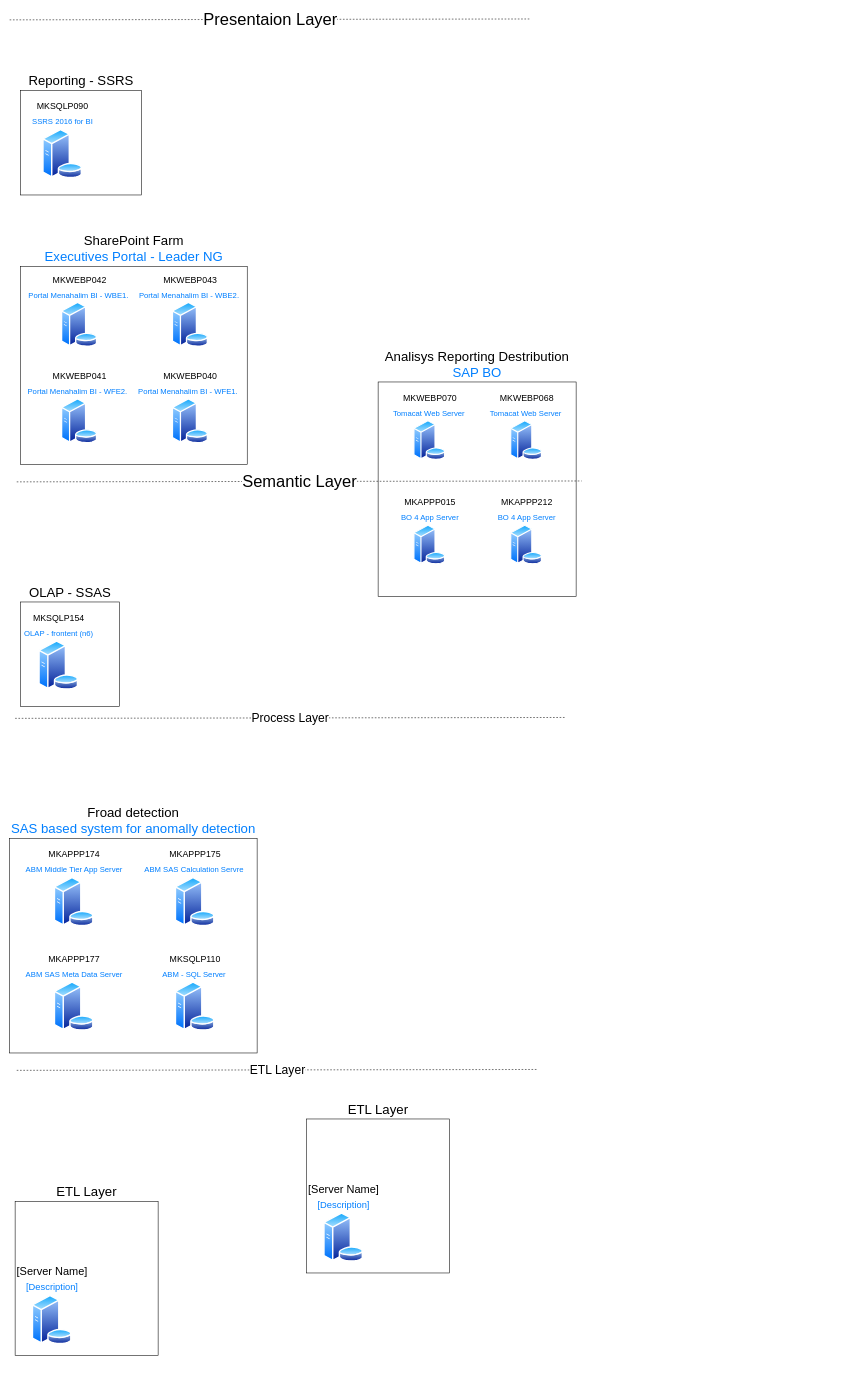
Earlier version of the draw.io diagram BI_Architecture.drawio (itaybaran/drawing). Source tidied: cells renumbered, new cells numbered last; positions are measured from the earlier drawing's top-left corner, leaving out a move shared by most shapes. Both pictures are drawn from the tidied source at 55%, with x=0, y=0 at pixel (9, 19).
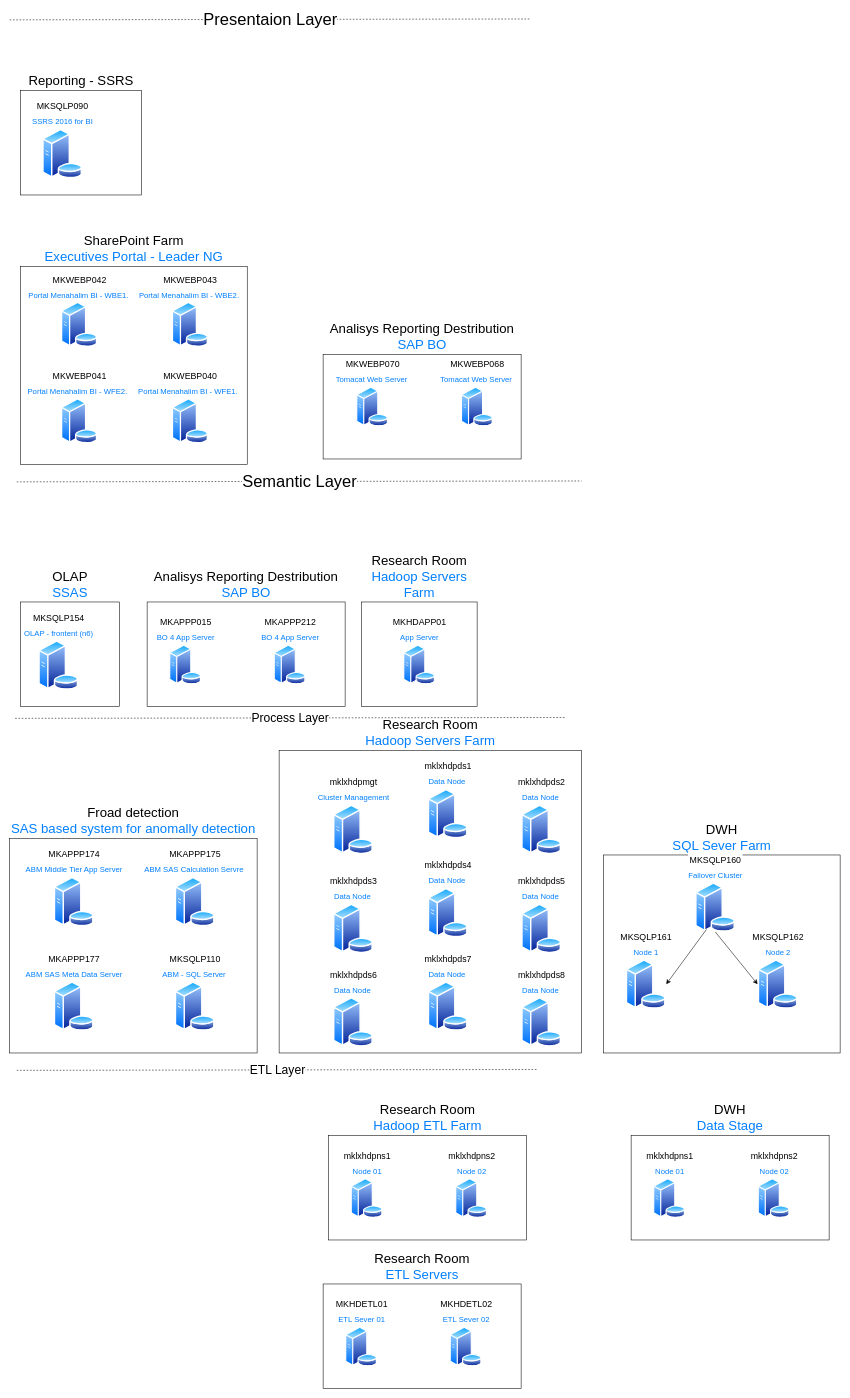
After the change.

The change refers to these unchanged cells:
```xml
<mxCell id="28" style="group;" parent="1" vertex="1">
  <mxGeometry x="20" y="1060" width="180" height="190" as="geometry" />
</mxCell>
```

Change to the diagram source:
```diff
@@
-    <mxCell id="2" value="&lt;font style=&quot;font-size: 24px&quot;&gt;ETL Layer&lt;/font&gt;" style="rounded=0;whiteSpace=wrap;html=1;labelPosition=center;verticalLabelPosition=top;align=center;verticalAlign=bottom;" parent="1" vertex="1">
-      <mxGeometry x="540" y="2000" width="260" height="280" as="geometry" />
-    </mxCell>
-    <mxCell id="3" value="&lt;font style=&quot;font-size: 20px&quot;&gt;[Server Name]&lt;/font&gt;&lt;br style=&quot;font-size: 18px&quot;&gt;&lt;font color=&quot;#007fff&quot; style=&quot;font-size: 17px&quot;&gt;[Description]&lt;/font&gt;" style="perimeter=ellipsePerimeter;html=1;align=center;shadow=0;dashed=0;spacingTop=3;image;image=img/lib/active_directory/database_server.svg;labelPosition=center;verticalLabelPosition=top;verticalAlign=bottom;fontSize=22;" parent="1" vertex="1">
-      <mxGeometry x="570" y="2170" width="73.8" height="90" as="geometry" />
-    </mxCell>
@@
-    <mxCell id="6" value="&lt;font style=&quot;font-size: 24px&quot;&gt;ETL Layer&lt;/font&gt;" style="rounded=0;whiteSpace=wrap;html=1;labelPosition=center;verticalLabelPosition=top;align=center;verticalAlign=bottom;" parent="1" vertex="1">
-      <mxGeometry x="10" y="2150" width="260" height="280" as="geometry" />
-    </mxCell>
-    <mxCell id="7" value="&lt;font style=&quot;font-size: 20px&quot;&gt;[Server Name]&lt;/font&gt;&lt;br style=&quot;font-size: 18px&quot;&gt;&lt;font color=&quot;#007fff&quot; style=&quot;font-size: 17px&quot;&gt;[Description]&lt;/font&gt;" style="perimeter=ellipsePerimeter;html=1;align=center;shadow=0;dashed=0;spacingTop=3;image;image=img/lib/active_directory/database_server.svg;labelPosition=center;verticalLabelPosition=top;verticalAlign=bottom;fontSize=22;" parent="1" vertex="1">
-      <mxGeometry x="40" y="2320" width="73.8" height="90" as="geometry" />
-    </mxCell>
@@
     <mxCell id="21" style="group;" parent="1" vertex="1">
-      <mxGeometry x="670" y="660" width="360" height="390" as="geometry" />
+      <mxGeometry x="250" y="1060" width="360" height="190" as="geometry" />
     </mxCell>
     <mxCell id="22" value="&lt;font style=&quot;font-size: 24px&quot;&gt;Analisys Reporting Destribution&lt;br&gt;&lt;font color=&quot;#007fff&quot;&gt;SAP BO&lt;/font&gt;&lt;br&gt;&lt;/font&gt;" style="rounded=0;whiteSpace=wrap;html=1;labelPosition=center;verticalLabelPosition=top;align=center;verticalAlign=bottom;" parent="21" vertex="1">
-      <mxGeometry width="360" height="390" as="geometry" />
+      <mxGeometry width="360" height="190" as="geometry" />
     </mxCell>
     <mxCell id="23" value="&lt;font style=&quot;font-size: 16px&quot;&gt;MKAPPP015&lt;/font&gt;&lt;br style=&quot;font-size: 18px&quot;&gt;&lt;font color=&quot;#007fff&quot;&gt;&lt;span style=&quot;font-size: 14px&quot;&gt;BO 4 App Server&lt;/span&gt;&lt;/font&gt;" style="perimeter=ellipsePerimeter;html=1;align=center;shadow=0;dashed=0;spacingTop=3;image;image=img/lib/active_directory/database_server.svg;labelPosition=center;verticalLabelPosition=top;verticalAlign=bottom;fontSize=22;" parent="21" vertex="1">
-      <mxGeometry x="64" y="260" width="59" height="72" as="geometry" />
+      <mxGeometry x="40" y="78.1" width="59" height="72" as="geometry" />
     </mxCell>
-    <mxCell id="24" value="&lt;font style=&quot;font-size: 16px&quot;&gt;MKWEBP070&lt;/font&gt;&lt;br style=&quot;font-size: 18px&quot;&gt;&lt;font color=&quot;#007fff&quot;&gt;&lt;span style=&quot;font-size: 14px&quot;&gt;Tomacat Web Server&amp;nbsp;&lt;/span&gt;&lt;/font&gt;" style="perimeter=ellipsePerimeter;html=1;align=center;shadow=0;dashed=0;spacingTop=3;image;image=img/lib/active_directory/database_server.svg;labelPosition=center;verticalLabelPosition=top;verticalAlign=bottom;fontSize=22;" parent="21" vertex="1">
-      <mxGeometry x="64" y="70" width="59" height="72" as="geometry" />
-    </mxCell>
-    <mxCell id="25" value="&lt;font style=&quot;font-size: 16px&quot;&gt;MKWEBP068&lt;/font&gt;&lt;br style=&quot;font-size: 18px&quot;&gt;&lt;font color=&quot;#007fff&quot;&gt;&lt;span style=&quot;font-size: 14px&quot;&gt;Tomacat Web Server&amp;nbsp;&lt;/span&gt;&lt;/font&gt;" style="perimeter=ellipsePerimeter;html=1;align=center;shadow=0;dashed=0;spacingTop=3;image;image=img/lib/active_directory/database_server.svg;labelPosition=center;verticalLabelPosition=top;verticalAlign=bottom;fontSize=22;" parent="21" vertex="1">
-      <mxGeometry x="240" y="70" width="59" height="72" as="geometry" />
-    </mxCell>
     <mxCell id="26" value="&lt;font style=&quot;font-size: 16px&quot;&gt;MKAPPP212&lt;/font&gt;&lt;br style=&quot;font-size: 18px&quot;&gt;&lt;font color=&quot;#007fff&quot;&gt;&lt;span style=&quot;font-size: 14px&quot;&gt;BO 4 App Server&lt;/span&gt;&lt;/font&gt;" style="perimeter=ellipsePerimeter;html=1;align=center;shadow=0;dashed=0;spacingTop=3;image;image=img/lib/active_directory/database_server.svg;labelPosition=center;verticalLabelPosition=top;verticalAlign=bottom;fontSize=22;" parent="21" vertex="1">
-      <mxGeometry x="240" y="260" width="59" height="72" as="geometry" />
+      <mxGeometry x="230" y="78.1" width="59" height="72" as="geometry" />
     </mxCell>
@@
-    <mxCell id="29" value="&lt;font style=&quot;font-size: 24px&quot;&gt;OLAP - SSAS&lt;/font&gt;" style="rounded=0;whiteSpace=wrap;html=1;labelPosition=center;verticalLabelPosition=top;align=center;verticalAlign=bottom;" parent="28" vertex="1">
+    <mxCell id="29" value="&lt;span style=&quot;font-size: 24px&quot;&gt;OLAP&lt;/span&gt;&lt;br style=&quot;font-size: 24px&quot;&gt;&lt;font color=&quot;#007fff&quot; style=&quot;font-size: 24px&quot;&gt;SSAS&lt;/font&gt;" style="rounded=0;whiteSpace=wrap;html=1;labelPosition=center;verticalLabelPosition=top;align=center;verticalAlign=bottom;" parent="28" vertex="1">
       <mxGeometry width="180" height="190" as="geometry" />
     </mxCell>
@@
+    <mxCell id="34" style="group;" parent="1" vertex="1">
+      <mxGeometry x="570" y="610" width="360" height="190" as="geometry" />
+    </mxCell>
+    <mxCell id="35" value="&lt;font style=&quot;font-size: 24px&quot;&gt;Analisys Reporting Destribution&lt;br&gt;&lt;font color=&quot;#007fff&quot;&gt;SAP BO&lt;/font&gt;&lt;br&gt;&lt;/font&gt;" style="rounded=0;whiteSpace=wrap;html=1;labelPosition=center;verticalLabelPosition=top;align=center;verticalAlign=bottom;" parent="34" vertex="1">
+      <mxGeometry width="360" height="190" as="geometry" />
+    </mxCell>
+    <mxCell id="24" value="&lt;font style=&quot;font-size: 16px&quot;&gt;MKWEBP070&lt;/font&gt;&lt;br style=&quot;font-size: 18px&quot;&gt;&lt;font color=&quot;#007fff&quot;&gt;&lt;span style=&quot;font-size: 14px&quot;&gt;Tomacat Web Server&amp;nbsp;&lt;/span&gt;&lt;/font&gt;" style="perimeter=ellipsePerimeter;html=1;align=center;shadow=0;dashed=0;spacingTop=3;image;image=img/lib/active_directory/database_server.svg;labelPosition=center;verticalLabelPosition=top;verticalAlign=bottom;fontSize=22;" parent="35" vertex="1">
+      <mxGeometry x="60" y="59" width="59" height="72" as="geometry" />
+    </mxCell>
+    <mxCell id="25" value="&lt;font style=&quot;font-size: 16px&quot;&gt;MKWEBP068&lt;/font&gt;&lt;br style=&quot;font-size: 18px&quot;&gt;&lt;font color=&quot;#007fff&quot;&gt;&lt;span style=&quot;font-size: 14px&quot;&gt;Tomacat Web Server&amp;nbsp;&lt;/span&gt;&lt;/font&gt;" style="perimeter=ellipsePerimeter;html=1;align=center;shadow=0;dashed=0;spacingTop=3;image;image=img/lib/active_directory/database_server.svg;labelPosition=center;verticalLabelPosition=top;verticalAlign=bottom;fontSize=22;" parent="35" vertex="1">
+      <mxGeometry x="250.5" y="59" width="59" height="72" as="geometry" />
+    </mxCell>
+    <mxCell id="36" style="group;" parent="1" vertex="1">
+      <mxGeometry x="490" y="1330" width="550" height="550" as="geometry" />
+    </mxCell>
+    <mxCell id="37" value="&lt;font style=&quot;font-size: 24px&quot;&gt;Research Room&lt;br&gt;&lt;font color=&quot;#007fff&quot;&gt;Hadoop Servers Farm&lt;/font&gt;&lt;br&gt;&lt;/font&gt;" style="rounded=0;whiteSpace=wrap;html=1;labelPosition=center;verticalLabelPosition=top;align=center;verticalAlign=bottom;" parent="36" vertex="1">
+      <mxGeometry width="550" height="550" as="geometry" />
+    </mxCell>
+    <mxCell id="38" value="&lt;font style=&quot;font-size: 16px&quot;&gt;mklxhdpmgt&lt;/font&gt;&lt;br style=&quot;font-size: 18px&quot;&gt;&lt;font color=&quot;#007fff&quot;&gt;&lt;span style=&quot;font-size: 14px&quot;&gt;Cluster Management&lt;/span&gt;&lt;/font&gt;" style="perimeter=ellipsePerimeter;html=1;align=center;shadow=0;dashed=0;spacingTop=3;image;image=img/lib/active_directory/database_server.svg;labelPosition=center;verticalLabelPosition=top;verticalAlign=bottom;fontSize=22;" parent="36" vertex="1">
+      <mxGeometry x="97.8" y="98.7" width="73.8" height="90" as="geometry" />
+    </mxCell>
+    <mxCell id="39" value="&lt;font style=&quot;font-size: 16px&quot;&gt;mklxhdpds1&lt;/font&gt;&lt;br style=&quot;font-size: 18px&quot;&gt;&lt;font color=&quot;#007fff&quot;&gt;&lt;span style=&quot;font-size: 14px&quot;&gt;Data Node&amp;nbsp;&lt;/span&gt;&lt;/font&gt;" style="perimeter=ellipsePerimeter;html=1;align=center;shadow=0;dashed=0;spacingTop=3;image;image=img/lib/active_directory/database_server.svg;labelPosition=center;verticalLabelPosition=top;verticalAlign=bottom;fontSize=22;" parent="36" vertex="1">
+      <mxGeometry x="270" y="70" width="73.8" height="90" as="geometry" />
+    </mxCell>
+    <mxCell id="40" value="&lt;font style=&quot;font-size: 16px&quot;&gt;mklxhdpds2&lt;/font&gt;&lt;br style=&quot;font-size: 18px&quot;&gt;&lt;font color=&quot;#007fff&quot;&gt;&lt;span style=&quot;font-size: 14px&quot;&gt;Data Node&amp;nbsp;&lt;/span&gt;&lt;/font&gt;" style="perimeter=ellipsePerimeter;html=1;align=center;shadow=0;dashed=0;spacingTop=3;image;image=img/lib/active_directory/database_server.svg;labelPosition=center;verticalLabelPosition=top;verticalAlign=bottom;fontSize=22;" parent="36" vertex="1">
+      <mxGeometry x="440" y="98.7" width="73.8" height="90" as="geometry" />
+    </mxCell>
+    <mxCell id="41" value="&lt;font style=&quot;font-size: 16px&quot;&gt;mklxhdpds3&lt;/font&gt;&lt;br style=&quot;font-size: 18px&quot;&gt;&lt;font color=&quot;#007fff&quot;&gt;&lt;span style=&quot;font-size: 14px&quot;&gt;Data Node&amp;nbsp;&lt;/span&gt;&lt;/font&gt;" style="perimeter=ellipsePerimeter;html=1;align=center;shadow=0;dashed=0;spacingTop=3;image;image=img/lib/active_directory/database_server.svg;labelPosition=center;verticalLabelPosition=top;verticalAlign=bottom;fontSize=22;" parent="36" vertex="1">
+      <mxGeometry x="97.8" y="278.7" width="73.8" height="90" as="geometry" />
+    </mxCell>
+    <mxCell id="42" value="&lt;font style=&quot;font-size: 16px&quot;&gt;mklxhdpds4&lt;/font&gt;&lt;br style=&quot;font-size: 18px&quot;&gt;&lt;font color=&quot;#007fff&quot;&gt;&lt;span style=&quot;font-size: 14px&quot;&gt;Data Node&amp;nbsp;&lt;/span&gt;&lt;/font&gt;" style="perimeter=ellipsePerimeter;html=1;align=center;shadow=0;dashed=0;spacingTop=3;image;image=img/lib/active_directory/database_server.svg;labelPosition=center;verticalLabelPosition=top;verticalAlign=bottom;fontSize=22;" parent="36" vertex="1">
+      <mxGeometry x="270" y="250" width="73.8" height="90" as="geometry" />
+    </mxCell>
+    <mxCell id="43" value="&lt;font style=&quot;font-size: 16px&quot;&gt;mklxhdpds5&lt;/font&gt;&lt;br style=&quot;font-size: 18px&quot;&gt;&lt;font color=&quot;#007fff&quot;&gt;&lt;span style=&quot;font-size: 14px&quot;&gt;Data Node&amp;nbsp;&lt;/span&gt;&lt;/font&gt;" style="perimeter=ellipsePerimeter;html=1;align=center;shadow=0;dashed=0;spacingTop=3;image;image=img/lib/active_directory/database_server.svg;labelPosition=center;verticalLabelPosition=top;verticalAlign=bottom;fontSize=22;" parent="36" vertex="1">
+      <mxGeometry x="440" y="278.7" width="73.8" height="90" as="geometry" />
+    </mxCell>
+    <mxCell id="44" value="&lt;font style=&quot;font-size: 16px&quot;&gt;mklxhdpds6&lt;/font&gt;&lt;br style=&quot;font-size: 18px&quot;&gt;&lt;font color=&quot;#007fff&quot;&gt;&lt;span style=&quot;font-size: 14px&quot;&gt;Data Node&amp;nbsp;&lt;/span&gt;&lt;/font&gt;" style="perimeter=ellipsePerimeter;html=1;align=center;shadow=0;dashed=0;spacingTop=3;image;image=img/lib/active_directory/database_server.svg;labelPosition=center;verticalLabelPosition=top;verticalAlign=bottom;fontSize=22;" parent="36" vertex="1">
+      <mxGeometry x="97.8" y="448.7" width="73.8" height="90" as="geometry" />
+    </mxCell>
+    <mxCell id="45" value="&lt;font style=&quot;font-size: 16px&quot;&gt;mklxhdpds7&lt;/font&gt;&lt;br style=&quot;font-size: 18px&quot;&gt;&lt;font color=&quot;#007fff&quot;&gt;&lt;span style=&quot;font-size: 14px&quot;&gt;Data Node&amp;nbsp;&lt;/span&gt;&lt;/font&gt;" style="perimeter=ellipsePerimeter;html=1;align=center;shadow=0;dashed=0;spacingTop=3;image;image=img/lib/active_directory/database_server.svg;labelPosition=center;verticalLabelPosition=top;verticalAlign=bottom;fontSize=22;" parent="36" vertex="1">
+      <mxGeometry x="270" y="420" width="73.8" height="90" as="geometry" />
+    </mxCell>
+    <mxCell id="46" value="&lt;font style=&quot;font-size: 16px&quot;&gt;mklxhdpds8&lt;/font&gt;&lt;br style=&quot;font-size: 18px&quot;&gt;&lt;font color=&quot;#007fff&quot;&gt;&lt;span style=&quot;font-size: 14px&quot;&gt;Data Node&amp;nbsp;&lt;/span&gt;&lt;/font&gt;" style="perimeter=ellipsePerimeter;html=1;align=center;shadow=0;dashed=0;spacingTop=3;image;image=img/lib/active_directory/database_server.svg;labelPosition=center;verticalLabelPosition=top;verticalAlign=bottom;fontSize=22;" parent="36" vertex="1">
+      <mxGeometry x="440" y="448.7" width="73.8" height="90" as="geometry" />
+    </mxCell>
+    <mxCell id="47" style="group;" parent="1" vertex="1">
+      <mxGeometry x="640" y="1060" width="210" height="190" as="geometry" />
+    </mxCell>
+    <mxCell id="48" style="group;" parent="47" vertex="1">
+      <mxGeometry width="210" height="190" as="geometry" />
+    </mxCell>
+    <mxCell id="49" value="&lt;font style=&quot;font-size: 24px&quot;&gt;Research Room&lt;br&gt;&lt;font color=&quot;#007fff&quot;&gt;Hadoop Servers Farm&lt;/font&gt;&lt;br&gt;&lt;/font&gt;" style="rounded=0;whiteSpace=wrap;html=1;labelPosition=center;verticalLabelPosition=top;align=center;verticalAlign=bottom;" parent="48" vertex="1">
+      <mxGeometry width="210" height="190" as="geometry" />
+    </mxCell>
+    <mxCell id="50" value="&lt;span style=&quot;font-size: 16px&quot;&gt;MKHDAPP01&lt;br&gt;&lt;/span&gt;&lt;font color=&quot;#007fff&quot;&gt;&lt;span style=&quot;font-size: 14px&quot;&gt;App Server&lt;/span&gt;&lt;/font&gt;" style="perimeter=ellipsePerimeter;html=1;align=center;shadow=0;dashed=0;spacingTop=3;image;image=img/lib/active_directory/database_server.svg;labelPosition=center;verticalLabelPosition=top;verticalAlign=bottom;fontSize=22;" parent="48" vertex="1">
+      <mxGeometry x="75.5" y="78.1" width="59" height="72" as="geometry" />
+    </mxCell>
+    <mxCell id="51" style="group;" parent="1" vertex="1">
+      <mxGeometry x="570" y="2300" width="360" height="190" as="geometry" />
+    </mxCell>
+    <mxCell id="52" value="&lt;font style=&quot;font-size: 24px&quot;&gt;Research Room&lt;br&gt;&lt;font color=&quot;#007fff&quot;&gt;ETL Servers&lt;/font&gt;&lt;br&gt;&lt;/font&gt;" style="rounded=0;whiteSpace=wrap;html=1;labelPosition=center;verticalLabelPosition=top;align=center;verticalAlign=bottom;" parent="51" vertex="1">
+      <mxGeometry width="360" height="190" as="geometry" />
+    </mxCell>
+    <mxCell id="53" value="&lt;font style=&quot;font-size: 16px&quot;&gt;MKHDETL01&lt;/font&gt;&lt;br style=&quot;font-size: 18px&quot;&gt;&lt;font color=&quot;#007fff&quot;&gt;&lt;span style=&quot;font-size: 14px&quot;&gt;ETL Sever 01&lt;/span&gt;&lt;/font&gt;" style="perimeter=ellipsePerimeter;html=1;align=center;shadow=0;dashed=0;spacingTop=3;image;image=img/lib/active_directory/database_server.svg;labelPosition=center;verticalLabelPosition=top;verticalAlign=bottom;fontSize=22;" parent="51" vertex="1">
+      <mxGeometry x="40" y="78.1" width="59" height="72" as="geometry" />
+    </mxCell>
+    <mxCell id="54" value="&lt;font style=&quot;font-size: 16px&quot;&gt;MKHDETL02&lt;/font&gt;&lt;br style=&quot;font-size: 18px&quot;&gt;&lt;font color=&quot;#007fff&quot;&gt;&lt;span style=&quot;font-size: 14px&quot;&gt;ETL Sever 02&lt;/span&gt;&lt;/font&gt;" style="perimeter=ellipsePerimeter;html=1;align=center;shadow=0;dashed=0;spacingTop=3;image;image=img/lib/active_directory/database_server.svg;labelPosition=center;verticalLabelPosition=top;verticalAlign=bottom;fontSize=22;" parent="51" vertex="1">
+      <mxGeometry x="230" y="78.1" width="59" height="72" as="geometry" />
+    </mxCell>
+    <mxCell id="55" style="group;" parent="1" vertex="1">
+      <mxGeometry x="580" y="2030" width="360" height="190" as="geometry" />
+    </mxCell>
+    <mxCell id="56" value="&lt;font style=&quot;font-size: 24px&quot;&gt;Research Room&lt;br&gt;&lt;font color=&quot;#007fff&quot;&gt;Hadoop ETL Farm&lt;/font&gt;&lt;br&gt;&lt;/font&gt;" style="rounded=0;whiteSpace=wrap;html=1;labelPosition=center;verticalLabelPosition=top;align=center;verticalAlign=bottom;" parent="55" vertex="1">
+      <mxGeometry width="360" height="190" as="geometry" />
+    </mxCell>
+    <mxCell id="57" value="&lt;font style=&quot;font-size: 16px&quot;&gt;mklxhdpns1&lt;/font&gt;&lt;br style=&quot;font-size: 18px&quot;&gt;&lt;font color=&quot;#007fff&quot;&gt;&lt;span style=&quot;font-size: 14px&quot;&gt;Node 01&lt;/span&gt;&lt;/font&gt;" style="perimeter=ellipsePerimeter;html=1;align=center;shadow=0;dashed=0;spacingTop=3;image;image=img/lib/active_directory/database_server.svg;labelPosition=center;verticalLabelPosition=top;verticalAlign=bottom;fontSize=22;" parent="55" vertex="1">
+      <mxGeometry x="40" y="78.1" width="59" height="72" as="geometry" />
+    </mxCell>
+    <mxCell id="58" value="&lt;font style=&quot;font-size: 16px&quot;&gt;mklxhdpns2&lt;/font&gt;&lt;br style=&quot;font-size: 18px&quot;&gt;&lt;font color=&quot;#007fff&quot;&gt;&lt;span style=&quot;font-size: 14px&quot;&gt;Node 02&lt;/span&gt;&lt;/font&gt;" style="perimeter=ellipsePerimeter;html=1;align=center;shadow=0;dashed=0;spacingTop=3;image;image=img/lib/active_directory/database_server.svg;labelPosition=center;verticalLabelPosition=top;verticalAlign=bottom;fontSize=22;" parent="55" vertex="1">
+      <mxGeometry x="230" y="78.1" width="59" height="72" as="geometry" />
+    </mxCell>
+    <mxCell id="59" style="group;" parent="1" vertex="1">
+      <mxGeometry x="1080" y="1520" width="430" height="360" as="geometry" />
+    </mxCell>
+    <mxCell id="60" value="&lt;font style=&quot;font-size: 24px&quot;&gt;DWH&lt;br&gt;&lt;font color=&quot;#007fff&quot;&gt;SQL Sever Farm&lt;/font&gt;&lt;br&gt;&lt;/font&gt;" style="rounded=0;whiteSpace=wrap;html=1;labelPosition=center;verticalLabelPosition=top;align=center;verticalAlign=bottom;" parent="59" vertex="1">
+      <mxGeometry width="430" height="360" as="geometry" />
+    </mxCell>
+    <mxCell id="61" value="&lt;font style=&quot;font-size: 16px&quot;&gt;MKSQLP160&lt;/font&gt;&lt;br style=&quot;font-size: 18px&quot;&gt;&lt;font color=&quot;#007fff&quot;&gt;&lt;span style=&quot;font-size: 14px&quot;&gt;Failover Cluster&lt;/span&gt;&lt;/font&gt;" style="perimeter=ellipsePerimeter;html=1;align=center;shadow=0;dashed=0;spacingTop=3;image;image=img/lib/active_directory/database_server.svg;labelPosition=center;verticalLabelPosition=top;verticalAlign=bottom;fontSize=22;" parent="59" vertex="1">
+      <mxGeometry x="166.2" y="50" width="73.8" height="90" as="geometry" />
+    </mxCell>
+    <mxCell id="62" value="&lt;font style=&quot;font-size: 16px&quot;&gt;MKSQLP161&lt;/font&gt;&lt;br style=&quot;font-size: 18px&quot;&gt;&lt;font color=&quot;#007fff&quot;&gt;&lt;span style=&quot;font-size: 14px&quot;&gt;Node 1&lt;/span&gt;&lt;/font&gt;" style="perimeter=ellipsePerimeter;html=1;align=center;shadow=0;dashed=0;spacingTop=3;image;image=img/lib/active_directory/database_server.svg;labelPosition=center;verticalLabelPosition=top;verticalAlign=bottom;fontSize=22;" parent="59" vertex="1">
+      <mxGeometry x="40" y="190" width="73.8" height="90" as="geometry" />
+    </mxCell>
+    <mxCell id="63" value="&lt;font style=&quot;font-size: 16px&quot;&gt;MKSQLP162&lt;/font&gt;&lt;br style=&quot;font-size: 18px&quot;&gt;&lt;font color=&quot;#007fff&quot;&gt;&lt;span style=&quot;font-size: 14px&quot;&gt;Node 2&lt;/span&gt;&lt;/font&gt;" style="perimeter=ellipsePerimeter;html=1;align=center;shadow=0;dashed=0;spacingTop=3;image;image=img/lib/active_directory/database_server.svg;labelPosition=center;verticalLabelPosition=top;verticalAlign=bottom;fontSize=22;" parent="59" vertex="1">
+      <mxGeometry x="280" y="190" width="73.8" height="90" as="geometry" />
+    </mxCell>
+    <mxCell id="64" style="endArrow=classic;html=1;exitX=0.5;exitY=1;exitDx=0;exitDy=0;entryX=0;entryY=0.5;entryDx=0;entryDy=0;" parent="59" edge="1" source="61" target="63">
+      <mxGeometry relative="1" as="geometry" />
+    </mxCell>
+    <mxCell id="65" style="endArrow=classic;html=1;entryX=1;entryY=0.5;entryDx=0;entryDy=0;exitX=0.25;exitY=1;exitDx=0;exitDy=0;" parent="59" edge="1" source="61" target="62">
+      <mxGeometry relative="1" as="geometry" />
+    </mxCell>
+    <mxCell id="66" style="group;" parent="1" vertex="1">
+      <mxGeometry x="1130" y="2030" width="360" height="190" as="geometry" />
+    </mxCell>
+    <mxCell id="67" value="&lt;font style=&quot;font-size: 24px&quot;&gt;DWH&lt;br&gt;&lt;font color=&quot;#007fff&quot;&gt;Data Stage&lt;/font&gt;&lt;br&gt;&lt;/font&gt;" style="rounded=0;whiteSpace=wrap;html=1;labelPosition=center;verticalLabelPosition=top;align=center;verticalAlign=bottom;" parent="66" vertex="1">
+      <mxGeometry width="360" height="190" as="geometry" />
+    </mxCell>
+    <mxCell id="68" value="&lt;font style=&quot;font-size: 16px&quot;&gt;mklxhdpns1&lt;/font&gt;&lt;br style=&quot;font-size: 18px&quot;&gt;&lt;font color=&quot;#007fff&quot;&gt;&lt;span style=&quot;font-size: 14px&quot;&gt;Node 01&lt;/span&gt;&lt;/font&gt;" style="perimeter=ellipsePerimeter;html=1;align=center;shadow=0;dashed=0;spacingTop=3;image;image=img/lib/active_directory/database_server.svg;labelPosition=center;verticalLabelPosition=top;verticalAlign=bottom;fontSize=22;" parent="66" vertex="1">
+      <mxGeometry x="40" y="78.1" width="59" height="72" as="geometry" />
+    </mxCell>
+    <mxCell id="69" value="&lt;font style=&quot;font-size: 16px&quot;&gt;mklxhdpns2&lt;/font&gt;&lt;br style=&quot;font-size: 18px&quot;&gt;&lt;font color=&quot;#007fff&quot;&gt;&lt;span style=&quot;font-size: 14px&quot;&gt;Node 02&lt;/span&gt;&lt;/font&gt;" style="perimeter=ellipsePerimeter;html=1;align=center;shadow=0;dashed=0;spacingTop=3;image;image=img/lib/active_directory/database_server.svg;labelPosition=center;verticalLabelPosition=top;verticalAlign=bottom;fontSize=22;" parent="66" vertex="1">
+      <mxGeometry x="230" y="78.1" width="59" height="72" as="geometry" />
+    </mxCell>
```
